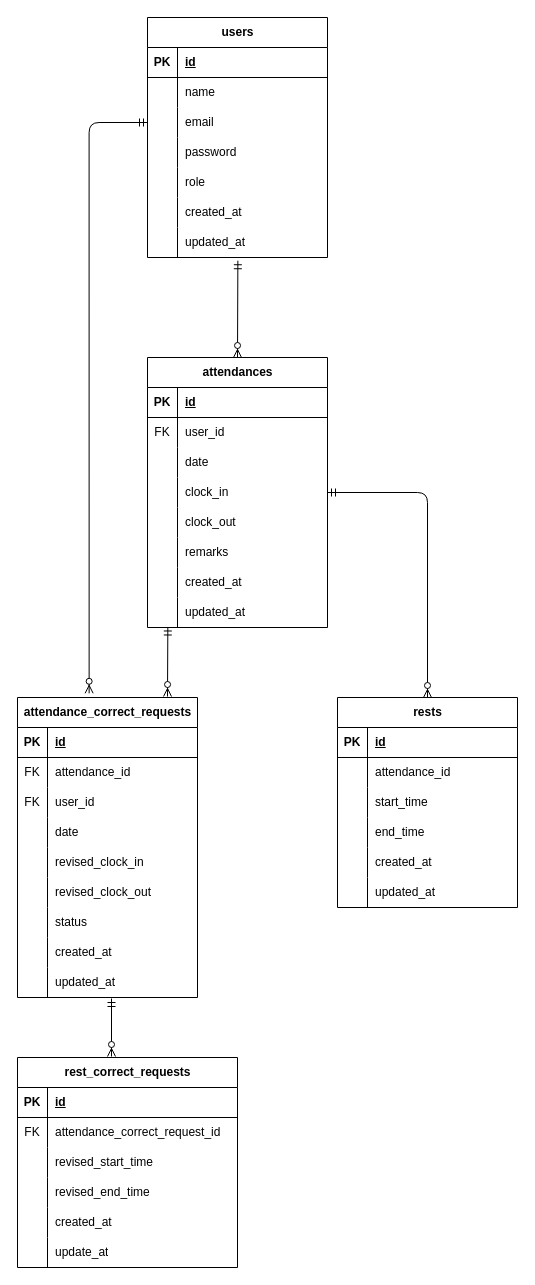
Before: test.drawio in kblueblue66-cell/coachtech-mockcase-2, a draw.io diagram. Source tidied: cells renumbered, new cells numbered last; positions are measured from the earlier drawing's top-left corner, leaving out a move shared by most shapes. Both pictures are drawn from the tidied source at 100%, with x=0, y=0 at pixel (17, 17).
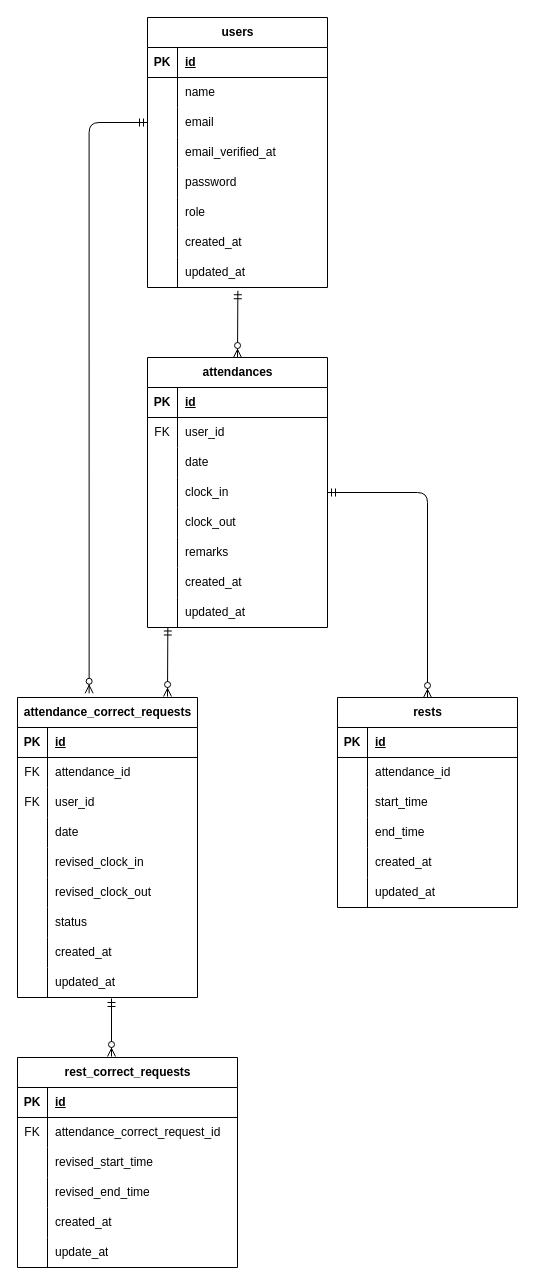
After the change.

What changed in the source:
```diff
@@
     <mxCell id="2" value="users" style="shape=table;startSize=30;childLayout=tableLayout;rowLines=0;fontStyle=1;align=center;html=1;" parent="1" vertex="1">
-      <mxGeometry x="130" width="180" height="240" as="geometry" />
+      <mxGeometry x="130" width="180" height="270" as="geometry" />
     </mxCell>
@@
+    <mxCell id="120" style="shape=tableRow;horizontal=0;startSize=0;swimlaneHead=0;swimlaneBody=0;fillColor=none;top=0;left=0;right=0;bottom=0;" parent="2" vertex="1">
+      <mxGeometry y="120" width="180" height="30" as="geometry" />
+    </mxCell>
+    <mxCell id="121" style="shape=partialRectangle;fillColor=none;top=0;left=0;bottom=0;right=0;overflow=hidden;whiteSpace=wrap;html=1;" parent="120" vertex="1">
+      <mxGeometry width="30" height="30" as="geometry" />
+    </mxCell>
+    <mxCell id="122" value="email_verified_at" style="shape=partialRectangle;fillColor=none;top=0;left=0;bottom=0;right=0;align=left;spacingLeft=6;overflow=hidden;whiteSpace=wrap;html=1;" parent="120" vertex="1">
+      <mxGeometry x="30" width="150" height="30" as="geometry" />
+    </mxCell>
     <mxCell id="12" style="shape=tableRow;horizontal=0;startSize=0;swimlaneHead=0;swimlaneBody=0;fillColor=none;top=0;left=0;right=0;bottom=0;" parent="2" vertex="1">
-      <mxGeometry y="120" width="180" height="30" as="geometry" />
+      <mxGeometry y="150" width="180" height="30" as="geometry" />
     </mxCell>
@@
     <mxCell id="15" style="shape=tableRow;horizontal=0;startSize=0;swimlaneHead=0;swimlaneBody=0;fillColor=none;top=0;left=0;right=0;bottom=0;" parent="2" vertex="1">
-      <mxGeometry y="150" width="180" height="30" as="geometry" />
+      <mxGeometry y="180" width="180" height="30" as="geometry" />
     </mxCell>
@@
     <mxCell id="18" style="shape=tableRow;horizontal=0;startSize=0;swimlaneHead=0;swimlaneBody=0;fillColor=none;top=0;left=0;right=0;bottom=0;" parent="2" vertex="1">
-      <mxGeometry y="180" width="180" height="30" as="geometry" />
+      <mxGeometry y="210" width="180" height="30" as="geometry" />
     </mxCell>
@@
     <mxCell id="21" style="shape=tableRow;horizontal=0;startSize=0;swimlaneHead=0;swimlaneBody=0;fillColor=none;points=[[0,0.5],[1,0.5]];portConstraint=eastwest;top=0;left=0;right=0;bottom=0;" parent="2" vertex="1">
-      <mxGeometry y="210" width="180" height="30" as="geometry" />
+      <mxGeometry y="240" width="180" height="30" as="geometry" />
     </mxCell>
```
